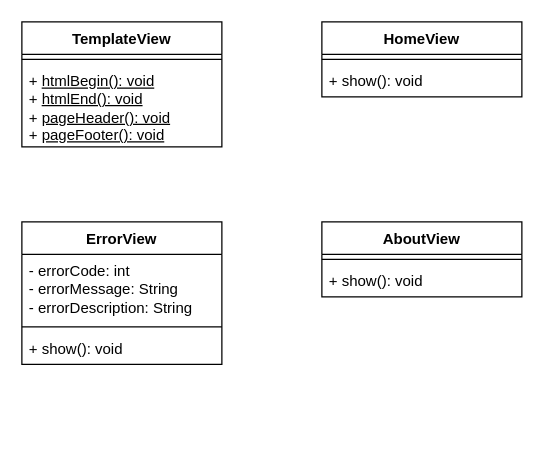
Above: UML/View.drawio in Alexandre-SBEGHEN/BUT-S3.01-CYBER-Cigales (draw.io), before the change. Source tidied: cells renumbered, new cells numbered last; positions are measured from the earlier drawing's top-left corner, leaving out a move shared by most shapes. Both pictures are drawn from the tidied source at 125%, with x=0, y=0 at pixel (21, 21).
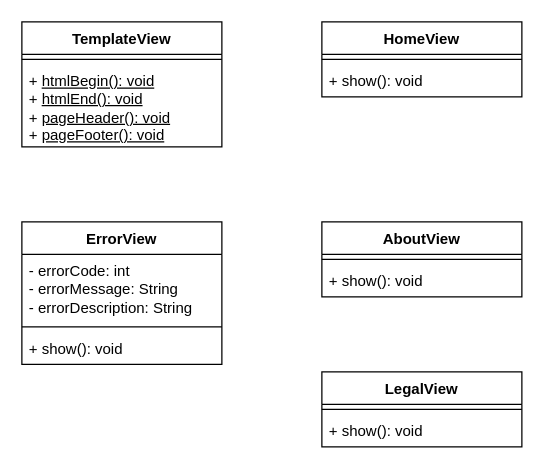
The same page after the edit.

Commit message:
fix(UML): ajout de la class LegalView

Change to the diagram source:
```diff
@@
 <mxGraphModel>
   <root>
     <mxCell id="0" />
     <mxCell id="1" parent="0" />
     <mxCell id="2" value="TemplateView" style="swimlane;fontStyle=1;align=center;verticalAlign=top;horizontal=1;startSize=26;whiteSpace=wrap;html=1;" parent="1" vertex="1">
       <mxGeometry width="160" height="100" as="geometry" />
     </mxCell>
     <mxCell id="3" style="line;strokeWidth=1;fillColor=none;align=left;verticalAlign=middle;spacingTop=-1;spacingLeft=3;spacingRight=3;labelPosition=right;strokeColor=inherit;" parent="2" vertex="1">
       <mxGeometry y="26" width="160" height="8" as="geometry" />
     </mxCell>
     <mxCell id="4" value="+ &lt;u&gt;htmlBegin(): void&lt;/u&gt;&lt;div&gt;+ &lt;u&gt;htmlEnd(): void&lt;/u&gt;&amp;nbsp;&lt;/div&gt;&lt;div&gt;+ &lt;u&gt;pageHeader(): void&lt;/u&gt;&amp;nbsp;&lt;/div&gt;&lt;div&gt;+ &lt;u&gt;pageFooter(): void&lt;/u&gt;&lt;/div&gt;" style="text;strokeColor=none;fillColor=none;align=left;verticalAlign=top;spacingLeft=4;spacingRight=4;overflow=hidden;whiteSpace=wrap;html=1;" parent="2" vertex="1">
       <mxGeometry y="34" width="160" height="66" as="geometry" />
     </mxCell>
     <mxCell id="5" value="HomeView" style="swimlane;fontStyle=1;align=center;verticalAlign=top;horizontal=1;startSize=26;whiteSpace=wrap;html=1;" parent="1" vertex="1">
       <mxGeometry x="240" width="160" height="60" as="geometry" />
     </mxCell>
     <mxCell id="6" style="line;strokeWidth=1;fillColor=none;align=left;verticalAlign=middle;spacingTop=-1;spacingLeft=3;spacingRight=3;labelPosition=right;strokeColor=inherit;" parent="5" vertex="1">
       <mxGeometry y="26" width="160" height="8" as="geometry" />
     </mxCell>
     <mxCell id="7" value="+ show(): void" style="text;strokeColor=none;fillColor=none;align=left;verticalAlign=top;spacingLeft=4;spacingRight=4;overflow=hidden;whiteSpace=wrap;html=1;" parent="5" vertex="1">
       <mxGeometry y="34" width="160" height="26" as="geometry" />
     </mxCell>
     <mxCell id="8" value="AboutView" style="swimlane;fontStyle=1;align=center;verticalAlign=top;horizontal=1;startSize=26;whiteSpace=wrap;html=1;" parent="1" vertex="1">
       <mxGeometry x="240" y="160" width="160" height="60" as="geometry" />
     </mxCell>
     <mxCell id="9" style="line;strokeWidth=1;fillColor=none;align=left;verticalAlign=middle;spacingTop=-1;spacingLeft=3;spacingRight=3;labelPosition=right;strokeColor=inherit;" parent="8" vertex="1">
       <mxGeometry y="26" width="160" height="8" as="geometry" />
     </mxCell>
     <mxCell id="10" value="+ show(): void" style="text;strokeColor=none;fillColor=none;align=left;verticalAlign=top;spacingLeft=4;spacingRight=4;overflow=hidden;whiteSpace=wrap;html=1;" parent="8" vertex="1">
       <mxGeometry y="34" width="160" height="26" as="geometry" />
     </mxCell>
     <mxCell id="11" value="ErrorView" style="swimlane;fontStyle=1;align=center;verticalAlign=top;horizontal=1;startSize=26;whiteSpace=wrap;html=1;" parent="1" vertex="1">
       <mxGeometry y="160" width="160" height="114" as="geometry" />
     </mxCell>
     <mxCell id="12" value="- errorCode: int&lt;div&gt;- errorMessage: String&lt;/div&gt;&lt;div&gt;- errorDescription: String&lt;/div&gt;" style="text;strokeColor=none;fillColor=none;align=left;verticalAlign=top;spacingLeft=4;spacingRight=4;overflow=hidden;whiteSpace=wrap;html=1;" parent="11" vertex="1">
       <mxGeometry y="26" width="160" height="54" as="geometry" />
     </mxCell>
     <mxCell id="13" style="line;strokeWidth=1;fillColor=none;align=left;verticalAlign=middle;spacingTop=-1;spacingLeft=3;spacingRight=3;labelPosition=right;strokeColor=inherit;" parent="11" vertex="1">
       <mxGeometry y="80" width="160" height="8" as="geometry" />
     </mxCell>
     <mxCell id="14" value="+ show(): void" style="text;strokeColor=none;fillColor=none;align=left;verticalAlign=top;spacingLeft=4;spacingRight=4;overflow=hidden;whiteSpace=wrap;html=1;" parent="11" vertex="1">
       <mxGeometry y="88" width="160" height="26" as="geometry" />
     </mxCell>
+    <mxCell id="15" value="LegalView" style="swimlane;fontStyle=1;align=center;verticalAlign=top;horizontal=1;startSize=26;whiteSpace=wrap;html=1;" parent="1" vertex="1">
+      <mxGeometry x="240" y="280" width="160" height="60" as="geometry" />
+    </mxCell>
+    <mxCell id="16" style="line;strokeWidth=1;fillColor=none;align=left;verticalAlign=middle;spacingTop=-1;spacingLeft=3;spacingRight=3;labelPosition=right;strokeColor=inherit;labelPerimeter=1;" parent="15" vertex="1">
+      <mxGeometry y="26" width="160" height="8" as="geometry" />
+    </mxCell>
+    <mxCell id="17" value="+ show(): void" style="text;strokeColor=none;fillColor=none;align=left;verticalAlign=top;spacingLeft=4;spacingRight=4;overflow=hidden;whiteSpace=wrap;html=1;" parent="15" vertex="1">
+      <mxGeometry y="34" width="160" height="26" as="geometry" />
+    </mxCell>
   </root>
 </mxGraphModel>
```
